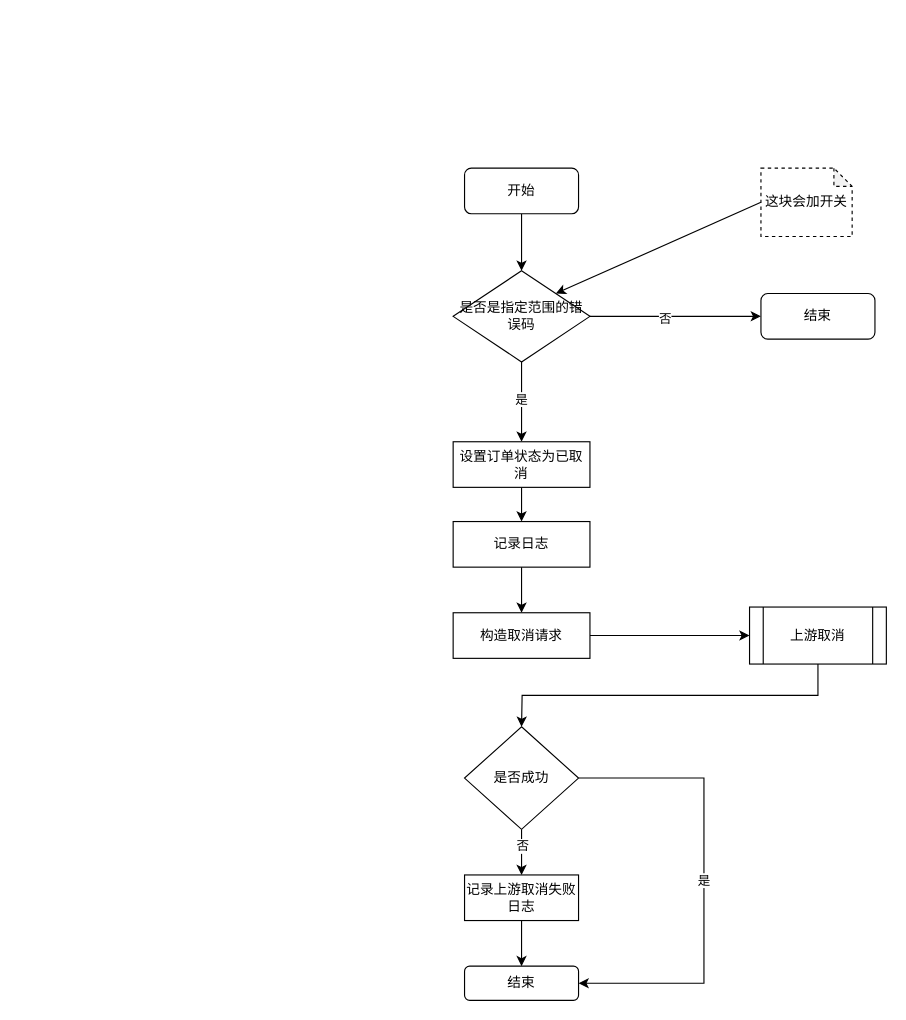
zhangweixin/design-diagram keeps this draw.io diagram as page "取消订单处理" (4 of 9) of pkfare/paycheck-refactor/新支付前校验流程.drawio. Above is the earlier version. Source tidied: cells renumbered, new cells numbered last; positions are measured from the earlier drawing's top-left corner, leaving out a move shared by most shapes. Both pictures are drawn from the tidied source at 114%, with x=0, y=0 at pixel (453, 168).
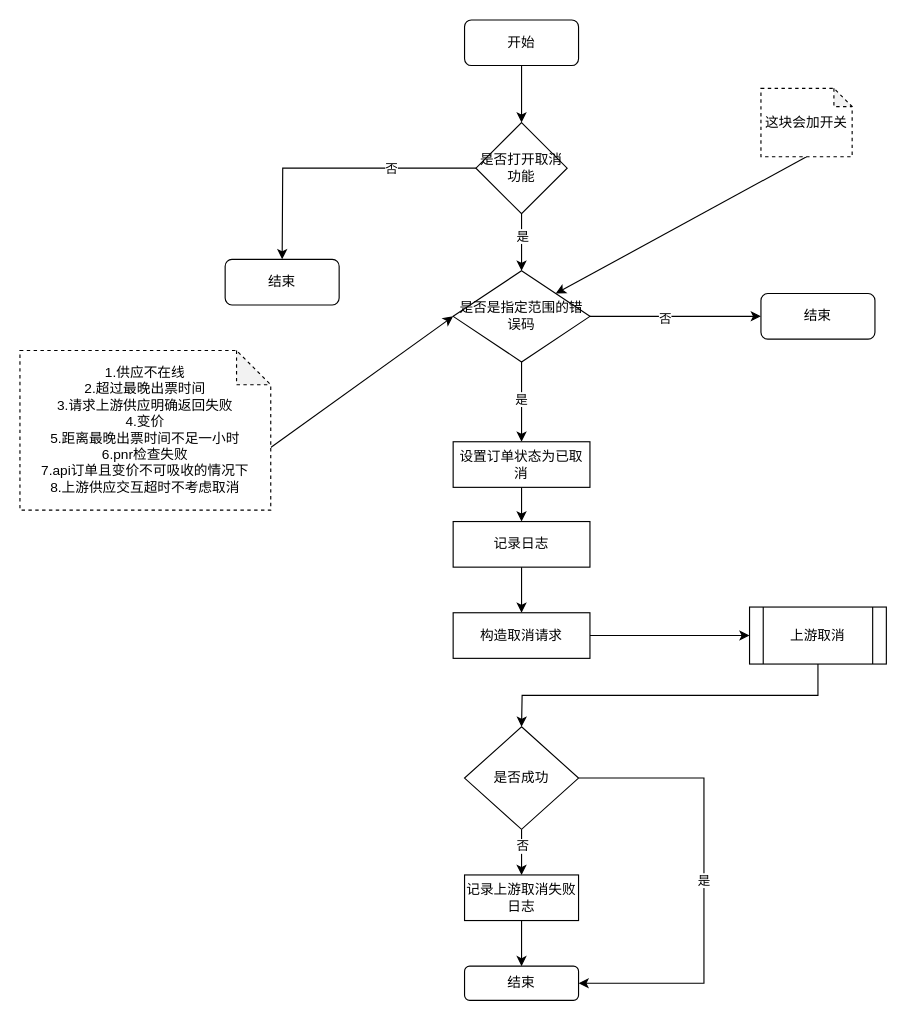
After the change.

The change refers to these unchanged cells:
```xml
<mxCell id="8" value="是否是指定范围的错误码" style="rhombus;whiteSpace=wrap;html=1;" parent="1" vertex="1">
  <mxGeometry y="90" width="120" height="80" as="geometry" />
</mxCell>
```

The edit, as a diff of the source:
```diff
@@
     <mxCell id="2" style="edgeStyle=orthogonalEdgeStyle;rounded=0;jettySize=auto;html=1;exitX=0.5;exitY=1;exitDx=0;exitDy=0;" parent="1" edge="1" source="3">
       <mxGeometry relative="1" as="geometry">
-        <mxPoint x="60" y="90" as="targetPoint" />
+        <mxPoint x="60" y="-40" as="targetPoint" />
       </mxGeometry>
     </mxCell>
     <mxCell id="3" value="开始" style="rounded=1;whiteSpace=wrap;html=1;" parent="1" vertex="1">
-      <mxGeometry x="10" width="100" height="40" as="geometry" />
+      <mxGeometry x="10" y="-130" width="100" height="40" as="geometry" />
     </mxCell>
@@
-    <mxCell id="14" style="rounded=0;jettySize=auto;html=1;exitX=0;exitY=0.5;exitDx=0;exitDy=0;exitPerimeter=0;entryX=1;entryY=0;entryDx=0;entryDy=0;" parent="1" edge="1" source="15" target="8">
+    <mxCell id="14" style="rounded=0;jettySize=auto;html=1;exitX=0.5;exitY=1;exitDx=0;exitDy=0;exitPerimeter=0;entryX=1;entryY=0;entryDx=0;entryDy=0;" parent="1" edge="1" source="15" target="8">
       <mxGeometry relative="1" as="geometry" />
     </mxCell>
     <mxCell id="15" value="这块会加开关" style="shape=note;whiteSpace=wrap;html=1;backgroundOutline=1;darkOpacity=0.05;dashed=1;size=16;" parent="1" vertex="1">
-      <mxGeometry x="270" width="80" height="60" as="geometry" />
+      <mxGeometry x="270" y="-70" width="80" height="60" as="geometry" />
     </mxCell>
@@
+    <mxCell id="27" style="edgeStyle=orthogonalEdgeStyle;rounded=0;jettySize=auto;html=1;exitX=0.5;exitY=1;exitDx=0;exitDy=0;entryX=0.5;entryY=0;entryDx=0;entryDy=0;" parent="1" edge="1" source="31" target="8">
+      <mxGeometry relative="1" as="geometry" />
+    </mxCell>
+    <mxCell id="28" value="是" style="edgeLabel;html=1;align=center;verticalAlign=middle;" parent="27" vertex="1">
+      <mxGeometry x="-0.26" y="3" relative="1" as="geometry">
+        <mxPoint x="-3" as="offset" />
+      </mxGeometry>
+    </mxCell>
+    <mxCell id="29" style="edgeStyle=orthogonalEdgeStyle;rounded=0;jettySize=auto;html=1;exitX=0;exitY=0.5;exitDx=0;exitDy=0;" parent="1" edge="1" source="31">
+      <mxGeometry relative="1" as="geometry">
+        <mxPoint x="-150" y="80" as="targetPoint" />
+      </mxGeometry>
+    </mxCell>
+    <mxCell id="30" value="否" style="edgeLabel;html=1;align=center;verticalAlign=middle;" parent="29" vertex="1">
+      <mxGeometry x="-0.4" relative="1" as="geometry" />
+    </mxCell>
+    <mxCell id="31" value="是否打开取消功能" style="rhombus;whiteSpace=wrap;html=1;" parent="1" vertex="1">
+      <mxGeometry x="20" y="-40" width="80" height="80" as="geometry" />
+    </mxCell>
+    <mxCell id="32" value="结束" style="rounded=1;whiteSpace=wrap;html=1;" parent="1" vertex="1">
+      <mxGeometry x="-200" y="80" width="100" height="40" as="geometry" />
+    </mxCell>
+    <mxCell id="33" style="rounded=0;jettySize=auto;html=1;exitX=0;exitY=0;exitDx=220;exitDy=85;exitPerimeter=0;entryX=0;entryY=0.5;entryDx=0;entryDy=0;" parent="1" edge="1" source="34" target="8">
+      <mxGeometry relative="1" as="geometry" />
+    </mxCell>
+    <mxCell id="34" value="1.供应不在线&lt;br&gt;2.超过最晚出票时间&lt;br&gt;3.请求上游供应明确返回失败&lt;br&gt;4.变价&lt;br&gt;5.距离最晚出票时间不足一小时&lt;br&gt;6.pnr检查失败&lt;br&gt;7.api订单且变价不可吸收的情况下&lt;br&gt;8.上游供应交互超时不考虑取消" style="shape=note;whiteSpace=wrap;html=1;backgroundOutline=1;darkOpacity=0.05;dashed=1;" parent="1" vertex="1">
+      <mxGeometry x="-380" y="160" width="220" height="140" as="geometry" />
+    </mxCell>
```
